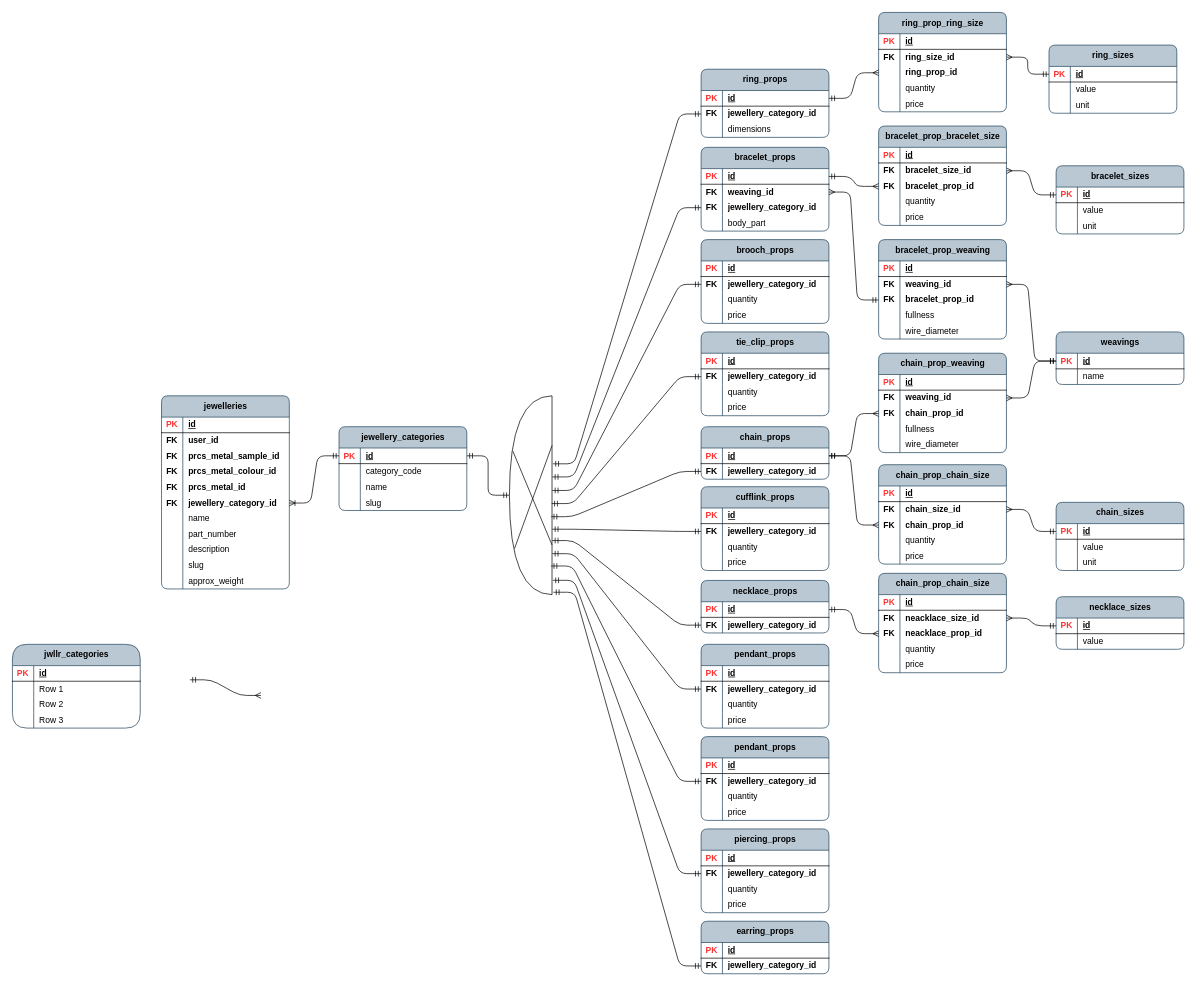
acwstudio/app-ben-brumm keeps this draw.io diagram as page "categories" (6 of 6) of jewellery_items.drawio. Above is the earlier version. Source tidied: cells renumbered, new cells numbered last; positions are measured from the earlier drawing's top-left corner, leaving out a move shared by most shapes. Both pictures are drawn from the tidied source at 71%, with x=0, y=0 at pixel (12, 12).
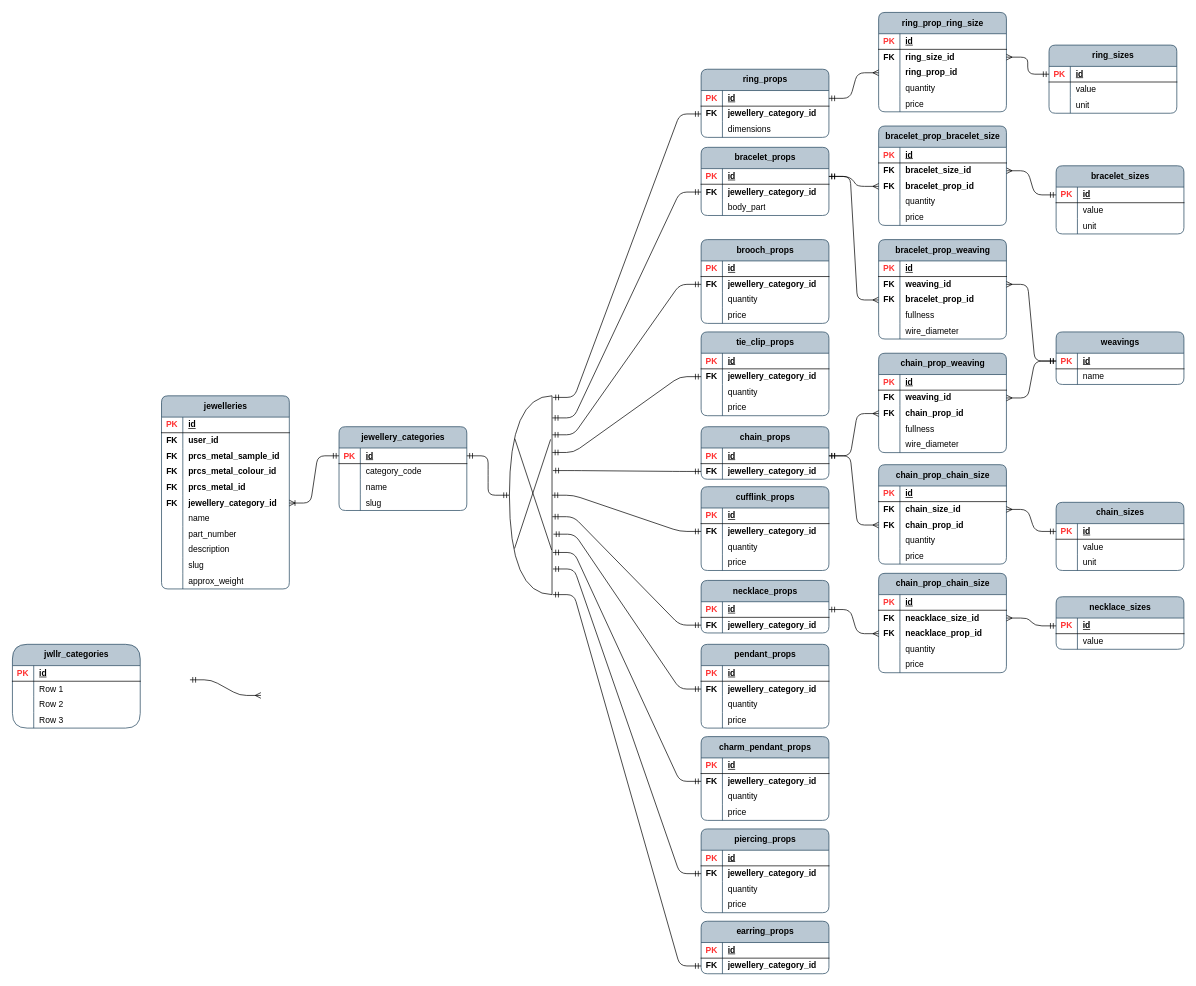
After the change.

Unchanged cells that the change refers to:
```xml
<mxCell id="63" style="shape=or;whiteSpace=wrap;html=1;fillColor=none;direction=west;" parent="1" vertex="1">
  <mxGeometry x="700" y="540" width="60" height="280" as="geometry" />
</mxCell>
<mxCell id="70" style="shape=tableRow;horizontal=0;startSize=0;swimlaneHead=0;swimlaneBody=0;fillColor=none;points=[[0,0.5],[1,0.5]];portConstraint=eastwest;top=0;left=0;right=0;bottom=0;rounded=0;" parent="66" vertex="1">
  <mxGeometry y="52" width="180" height="22" as="geometry" />
</mxCell>
<mxCell id="78" style="shape=tableRow;horizontal=0;startSize=0;swimlaneHead=0;swimlaneBody=0;fillColor=none;points=[[0,0.5],[1,0.5]];portConstraint=eastwest;top=0;left=0;right=0;bottom=1;rounded=0;" parent="77" vertex="1">
  <mxGeometry y="30" width="180" height="22" as="geometry" />
</mxCell>
<mxCell id="95" style="shape=tableRow;horizontal=0;startSize=0;swimlaneHead=0;swimlaneBody=0;fillColor=none;points=[[0,0.5],[1,0.5]];portConstraint=eastwest;top=0;left=0;right=0;bottom=0;rounded=0;" parent="91" vertex="1">
  <mxGeometry y="52" width="180" height="22" as="geometry" />
</mxCell>
<mxCell id="200" style="shape=tableRow;horizontal=0;startSize=0;swimlaneHead=0;swimlaneBody=0;fillColor=none;points=[[0,0.5],[1,0.5]];portConstraint=eastwest;top=0;left=0;right=0;bottom=0;rounded=0;" parent="193" vertex="1">
  <mxGeometry y="74" width="180" height="22" as="geometry" />
</mxCell>
<mxCell id="232" style="shape=tableRow;horizontal=0;startSize=0;swimlaneHead=0;swimlaneBody=0;fillColor=none;points=[[0,0.5],[1,0.5]];portConstraint=eastwest;top=0;left=0;right=0;bottom=0;rounded=0;" parent="228" vertex="1">
  <mxGeometry y="52" width="180" height="22" as="geometry" />
</mxCell>
<mxCell id="246" style="shape=tableRow;horizontal=0;startSize=0;swimlaneHead=0;swimlaneBody=0;fillColor=none;points=[[0,0.5],[1,0.5]];portConstraint=eastwest;top=0;left=0;right=0;bottom=0;rounded=0;" parent="242" vertex="1">
  <mxGeometry y="52" width="180" height="22" as="geometry" />
</mxCell>
<mxCell id="260" style="shape=tableRow;horizontal=0;startSize=0;swimlaneHead=0;swimlaneBody=0;fillColor=none;points=[[0,0.5],[1,0.5]];portConstraint=eastwest;top=0;left=0;right=0;bottom=0;rounded=0;" parent="256" vertex="1">
  <mxGeometry y="52" width="180" height="22" as="geometry" />
</mxCell>
<mxCell id="274" style="shape=tableRow;horizontal=0;startSize=0;swimlaneHead=0;swimlaneBody=0;fillColor=none;points=[[0,0.5],[1,0.5]];portConstraint=eastwest;top=0;left=0;right=0;bottom=0;rounded=0;" parent="270" vertex="1">
  <mxGeometry y="52" width="180" height="22" as="geometry" />
</mxCell>
<mxCell id="307" style="shape=tableRow;horizontal=0;startSize=0;swimlaneHead=0;swimlaneBody=0;fillColor=none;points=[[0,0.5],[1,0.5]];portConstraint=eastwest;top=0;left=0;right=0;bottom=0;rounded=0;" parent="303" vertex="1">
  <mxGeometry y="52" width="180" height="22" as="geometry" />
</mxCell>
<mxCell id="320" style="shape=tableRow;horizontal=0;startSize=0;swimlaneHead=0;swimlaneBody=0;fillColor=none;points=[[0,0.5],[1,0.5]];portConstraint=eastwest;top=0;left=0;right=0;bottom=0;rounded=0;" parent="316" vertex="1">
  <mxGeometry y="52" width="180" height="22" as="geometry" />
</mxCell>
<mxCell id="333" style="shape=tableRow;horizontal=0;startSize=0;swimlaneHead=0;swimlaneBody=0;fillColor=none;points=[[0,0.5],[1,0.5]];portConstraint=eastwest;top=0;left=0;right=0;bottom=0;rounded=0;" parent="329" vertex="1">
  <mxGeometry y="52" width="180" height="22" as="geometry" />
</mxCell>
<mxCell id="340" style="shape=tableRow;horizontal=0;startSize=0;swimlaneHead=0;swimlaneBody=0;fillColor=none;points=[[0,0.5],[1,0.5]];portConstraint=eastwest;top=0;left=0;right=0;bottom=0;rounded=0;" parent="336" vertex="1">
  <mxGeometry y="52" width="180" height="22" as="geometry" />
</mxCell>
```

What changed in the source:
```diff
@@
-    <mxCell id="64" style="endArrow=none;html=1;rounded=0;entryX=0;entryY=0.75;entryDx=0;entryDy=0;entryPerimeter=0;exitX=0.88;exitY=0.232;exitDx=0;exitDy=0;exitPerimeter=0;" parent="1" edge="1" source="63" target="63">
+    <mxCell id="64" style="endArrow=none;html=1;rounded=0;entryX=0.033;entryY=0.781;entryDx=0;entryDy=0;entryPerimeter=0;exitX=0.88;exitY=0.232;exitDx=0;exitDy=0;exitPerimeter=0;" parent="1" edge="1" source="63" target="63">
       <mxGeometry relative="1" as="geometry" />
     </mxCell>
-    <mxCell id="65" style="endArrow=none;html=1;rounded=0;entryX=0;entryY=0.25;entryDx=0;entryDy=0;entryPerimeter=0;exitX=0.92;exitY=0.722;exitDx=0;exitDy=0;exitPerimeter=0;" parent="1" edge="1" source="63" target="63">
+    <mxCell id="65" style="endArrow=none;html=1;rounded=0;exitX=0.873;exitY=0.784;exitDx=0;exitDy=0;exitPerimeter=0;entryX=0.007;entryY=0.224;entryDx=0;entryDy=0;entryPerimeter=0;" parent="1" edge="1" source="63" target="63">
       <mxGeometry relative="1" as="geometry" />
     </mxCell>
@@
-    <mxCell id="76" style="edgeStyle=entityRelationEdgeStyle;fontSize=12;html=1;endArrow=ERmandOne;startArrow=ERmandOne;rounded=1;curved=0;entryX=0;entryY=0.5;entryDx=0;entryDy=0;exitX=-0.02;exitY=0.658;exitDx=0;exitDy=0;exitPerimeter=0;" parent="1" edge="1" source="63" target="70">
+    <mxCell id="76" style="edgeStyle=entityRelationEdgeStyle;fontSize=12;html=1;endArrow=ERmandOne;startArrow=ERmandOne;rounded=1;curved=0;entryX=0;entryY=0.5;entryDx=0;entryDy=0;exitX=-0.02;exitY=0.992;exitDx=0;exitDy=0;exitPerimeter=0;" parent="1" edge="1" source="63" target="70">
       <mxGeometry relative="1" as="geometry" />
     </mxCell>
     <mxCell id="77" value="bracelet_props" style="shape=table;startSize=30;childLayout=tableLayout;rowLines=0;fontStyle=1;align=center;html=1;rounded=1;swimlaneFillColor=none;fillColor=#bac8d3;strokeColor=#23445d;columnLines=1;arcSize=10;" parent="1" vertex="1">
-      <mxGeometry x="970" y="190" width="180" height="118" as="geometry" />
+      <mxGeometry x="970" y="190" width="180" height="96" as="geometry" />
     </mxCell>
@@
-    <mxCell id="81" style="shape=tableRow;horizontal=0;startSize=0;swimlaneHead=0;swimlaneBody=0;fillColor=none;points=[[0,0.5],[1,0.5]];portConstraint=eastwest;top=0;left=0;right=0;bottom=0;rounded=0;" parent="77" vertex="1">
-      <mxGeometry y="52" width="180" height="22" as="geometry" />
-    </mxCell>
-    <mxCell id="82" value="&lt;b&gt;FK&lt;/b&gt;" style="shape=partialRectangle;fillColor=none;top=0;left=0;bottom=0;right=0;overflow=hidden;whiteSpace=wrap;html=1;" parent="81" vertex="1">
-      <mxGeometry width="30" height="22" as="geometry" />
-    </mxCell>
-    <mxCell id="83" value="&lt;b&gt;weaving_id&lt;/b&gt;" style="shape=partialRectangle;fillColor=none;top=0;left=0;bottom=0;right=0;align=left;spacingLeft=6;overflow=hidden;whiteSpace=wrap;html=1;" parent="81" vertex="1">
-      <mxGeometry x="30" width="150" height="22" as="geometry" />
-    </mxCell>
     <mxCell id="84" style="shape=tableRow;horizontal=0;startSize=0;swimlaneHead=0;swimlaneBody=0;fillColor=none;points=[[0,0.5],[1,0.5]];portConstraint=eastwest;top=0;left=0;right=0;bottom=0;rounded=0;" parent="77" vertex="1">
-      <mxGeometry y="74" width="180" height="22" as="geometry" />
+      <mxGeometry y="52" width="180" height="22" as="geometry" />
     </mxCell>
@@
     <mxCell id="87" style="shape=tableRow;horizontal=0;startSize=0;swimlaneHead=0;swimlaneBody=0;fillColor=none;top=0;left=0;right=0;bottom=0;rounded=0;" parent="77" vertex="1">
-      <mxGeometry y="96" width="180" height="22" as="geometry" />
+      <mxGeometry y="74" width="180" height="22" as="geometry" />
     </mxCell>
@@
-    <mxCell id="90" style="edgeStyle=entityRelationEdgeStyle;fontSize=12;html=1;endArrow=ERmandOne;startArrow=ERmandOne;rounded=1;curved=0;entryX=0;entryY=0.5;entryDx=0;entryDy=0;exitX=-0.007;exitY=0.592;exitDx=0;exitDy=0;exitPerimeter=0;" parent="1" edge="1" source="63" target="84">
+    <mxCell id="90" style="edgeStyle=entityRelationEdgeStyle;fontSize=12;html=1;endArrow=ERmandOne;startArrow=ERmandOne;rounded=1;curved=0;entryX=0;entryY=0.5;entryDx=0;entryDy=0;exitX=-0.007;exitY=0.889;exitDx=0;exitDy=0;exitPerimeter=0;" parent="1" edge="1" source="63" target="84">
       <mxGeometry relative="1" as="geometry" />
     </mxCell>
@@
-    <mxCell id="98" style="edgeStyle=entityRelationEdgeStyle;fontSize=12;html=1;endArrow=ERmandOne;startArrow=ERmandOne;rounded=1;curved=0;entryX=0;entryY=0.5;entryDx=0;entryDy=0;exitX=0.02;exitY=0.392;exitDx=0;exitDy=0;exitPerimeter=0;" parent="1" edge="1" source="63" target="95">
+    <mxCell id="98" style="edgeStyle=entityRelationEdgeStyle;fontSize=12;html=1;endArrow=ERmandOne;startArrow=ERmandOne;rounded=1;curved=0;entryX=0;entryY=0.5;entryDx=0;entryDy=0;exitX=-0.02;exitY=0.624;exitDx=0;exitDy=0;exitPerimeter=0;" parent="1" edge="1" source="63" target="95">
       <mxGeometry relative="1" as="geometry" />
     </mxCell>
@@
-    <mxCell id="108" style="edgeStyle=entityRelationEdgeStyle;fontSize=12;html=1;endArrow=ERmany;rounded=1;curved=0;entryX=1;entryY=0.5;entryDx=0;entryDy=0;startArrow=ERmandOne;startFill=0;exitX=0;exitY=0.5;exitDx=0;exitDy=0;" parent="1" edge="1" source="200" target="81">
+    <mxCell id="108" style="edgeStyle=entityRelationEdgeStyle;fontSize=12;html=1;endArrow=ERmany;rounded=1;curved=0;startArrow=ERmandOne;startFill=0;exitX=1;exitY=0.5;exitDx=0;exitDy=0;entryX=0;entryY=0.5;entryDx=0;entryDy=0;" parent="1" edge="1" source="78" target="200">
       <mxGeometry relative="1" as="geometry" />
     </mxCell>
@@
-    <mxCell id="241" style="edgeStyle=entityRelationEdgeStyle;fontSize=12;html=1;endArrow=ERmandOne;startArrow=ERmandOne;rounded=1;curved=0;entryX=0;entryY=0.5;entryDx=0;entryDy=0;exitX=-0.007;exitY=0.524;exitDx=0;exitDy=0;exitPerimeter=0;" parent="1" edge="1" source="63" target="232">
+    <mxCell id="241" style="edgeStyle=entityRelationEdgeStyle;fontSize=12;html=1;endArrow=ERmandOne;startArrow=ERmandOne;rounded=1;curved=0;entryX=0;entryY=0.5;entryDx=0;entryDy=0;exitX=-0.007;exitY=0.804;exitDx=0;exitDy=0;exitPerimeter=0;" parent="1" edge="1" source="63" target="232">
       <mxGeometry relative="1" as="geometry" />
     </mxCell>
@@
-    <mxCell id="255" style="edgeStyle=entityRelationEdgeStyle;fontSize=12;html=1;endArrow=ERmandOne;startArrow=ERmandOne;rounded=1;curved=0;entryX=0;entryY=0.5;entryDx=0;entryDy=0;exitX=0.007;exitY=0.458;exitDx=0;exitDy=0;exitPerimeter=0;" parent="1" edge="1" source="63" target="246">
+    <mxCell id="255" style="edgeStyle=entityRelationEdgeStyle;fontSize=12;html=1;endArrow=ERmandOne;startArrow=ERmandOne;rounded=1;curved=0;entryX=0;entryY=0.5;entryDx=0;entryDy=0;exitX=-0.007;exitY=0.715;exitDx=0;exitDy=0;exitPerimeter=0;" parent="1" edge="1" source="63" target="246">
       <mxGeometry relative="1" as="geometry" />
     </mxCell>
@@
-    <mxCell id="269" style="edgeStyle=entityRelationEdgeStyle;fontSize=12;html=1;endArrow=ERmandOne;startArrow=ERmandOne;rounded=1;curved=0;entryX=0;entryY=0.5;entryDx=0;entryDy=0;exitX=-0.007;exitY=0.329;exitDx=0;exitDy=0;exitPerimeter=0;" parent="1" edge="1" source="63" target="260">
+    <mxCell id="269" style="edgeStyle=entityRelationEdgeStyle;fontSize=12;html=1;endArrow=ERmandOne;startArrow=ERmandOne;rounded=1;curved=0;entryX=0;entryY=0.5;entryDx=0;entryDy=0;exitX=0;exitY=0.5;exitDx=0;exitDy=0;exitPerimeter=0;" parent="1" edge="1" source="63" target="260">
       <mxGeometry relative="1" as="geometry" />
     </mxCell>
@@
-    <mxCell id="301" style="edgeStyle=entityRelationEdgeStyle;fontSize=12;html=1;endArrow=ERmandOne;startArrow=ERmandOne;rounded=1;curved=0;entryX=0;entryY=0.5;entryDx=0;entryDy=0;exitX=-0.007;exitY=0.272;exitDx=0;exitDy=0;exitPerimeter=0;arcSize=20;segment=30;" parent="1" edge="1" source="63" target="274">
+    <mxCell id="301" style="edgeStyle=entityRelationEdgeStyle;fontSize=12;html=1;endArrow=ERmandOne;startArrow=ERmandOne;rounded=1;curved=0;entryX=0;entryY=0.5;entryDx=0;entryDy=0;exitX=-0.007;exitY=0.392;exitDx=0;exitDy=0;exitPerimeter=0;arcSize=20;segment=30;" parent="1" edge="1" source="63" target="274">
       <mxGeometry relative="1" as="geometry" />
     </mxCell>
@@
-    <mxCell id="336" value="pendant_props" style="shape=table;startSize=30;childLayout=tableLayout;rowLines=0;fontStyle=1;align=center;html=1;rounded=1;swimlaneFillColor=none;fillColor=#bac8d3;strokeColor=#23445d;columnLines=1;arcSize=10;" parent="1" vertex="1">
+    <mxCell id="336" value="charm_pendant_props" style="shape=table;startSize=30;childLayout=tableLayout;rowLines=0;fontStyle=1;align=center;html=1;rounded=1;swimlaneFillColor=none;fillColor=#bac8d3;strokeColor=#23445d;columnLines=1;arcSize=10;" parent="1" vertex="1">
       <mxGeometry x="970" y="1020" width="180" height="118" as="geometry" />
     </mxCell>
@@
-    <mxCell id="349" style="edgeStyle=entityRelationEdgeStyle;fontSize=12;html=1;endArrow=ERmandOne;startArrow=ERmandOne;rounded=1;curved=0;entryX=0;entryY=0.5;entryDx=0;entryDy=0;exitX=-0.007;exitY=0.206;exitDx=0;exitDy=0;exitPerimeter=0;arcSize=20;segment=30;" parent="1" edge="1" source="63" target="307">
+    <mxCell id="349" style="edgeStyle=entityRelationEdgeStyle;fontSize=12;html=1;endArrow=ERmandOne;startArrow=ERmandOne;rounded=1;curved=0;entryX=0;entryY=0.5;entryDx=0;entryDy=0;exitX=-0.033;exitY=0.304;exitDx=0;exitDy=0;exitPerimeter=0;arcSize=20;segment=30;" parent="1" edge="1" source="63" target="307">
       <mxGeometry relative="1" as="geometry" />
     </mxCell>
-    <mxCell id="350" style="edgeStyle=entityRelationEdgeStyle;fontSize=12;html=1;endArrow=ERmandOne;startArrow=ERmandOne;rounded=1;curved=0;entryX=0;entryY=0.5;entryDx=0;entryDy=0;arcSize=20;segment=30;exitX=0.02;exitY=0.144;exitDx=0;exitDy=0;exitPerimeter=0;" parent="1" edge="1" source="63" target="340">
+    <mxCell id="350" style="edgeStyle=entityRelationEdgeStyle;fontSize=12;html=1;endArrow=ERmandOne;startArrow=ERmandOne;rounded=1;curved=0;entryX=0;entryY=0.5;entryDx=0;entryDy=0;arcSize=20;segment=30;exitX=-0.02;exitY=0.212;exitDx=0;exitDy=0;exitPerimeter=0;" parent="1" edge="1" source="63" target="340">
       <mxGeometry relative="1" as="geometry" />
     </mxCell>
-    <mxCell id="351" style="edgeStyle=entityRelationEdgeStyle;fontSize=12;html=1;endArrow=ERmandOne;startArrow=ERmandOne;rounded=1;curved=0;entryX=0;entryY=0.5;entryDx=0;entryDy=0;arcSize=20;segment=30;exitX=-0.02;exitY=0.072;exitDx=0;exitDy=0;exitPerimeter=0;" parent="1" edge="1" source="63" target="320">
+    <mxCell id="351" style="edgeStyle=entityRelationEdgeStyle;fontSize=12;html=1;endArrow=ERmandOne;startArrow=ERmandOne;rounded=1;curved=0;entryX=0;entryY=0.5;entryDx=0;entryDy=0;arcSize=20;segment=30;exitX=-0.02;exitY=0.129;exitDx=0;exitDy=0;exitPerimeter=0;" parent="1" edge="1" source="63" target="320">
       <mxGeometry relative="1" as="geometry" />
     </mxCell>
-    <mxCell id="352" style="edgeStyle=entityRelationEdgeStyle;fontSize=12;html=1;endArrow=ERmandOne;startArrow=ERmandOne;rounded=1;curved=0;entryX=0;entryY=0.5;entryDx=0;entryDy=0;arcSize=20;segment=30;exitX=-0.033;exitY=0.012;exitDx=0;exitDy=0;exitPerimeter=0;" parent="1" edge="1" source="63" target="333">
-      <mxGeometry relative="1" as="geometry" />
+    <mxCell id="352" style="edgeStyle=entityRelationEdgeStyle;fontSize=12;html=1;endArrow=ERmandOne;startArrow=ERmandOne;rounded=1;curved=0;entryX=0;entryY=0.5;entryDx=0;entryDy=0;arcSize=20;segment=30;" parent="1" edge="1" target="333">
+      <mxGeometry relative="1" as="geometry">
+        <mxPoint x="761" y="820" as="sourcePoint" />
+      </mxGeometry>
     </mxCell>
```
